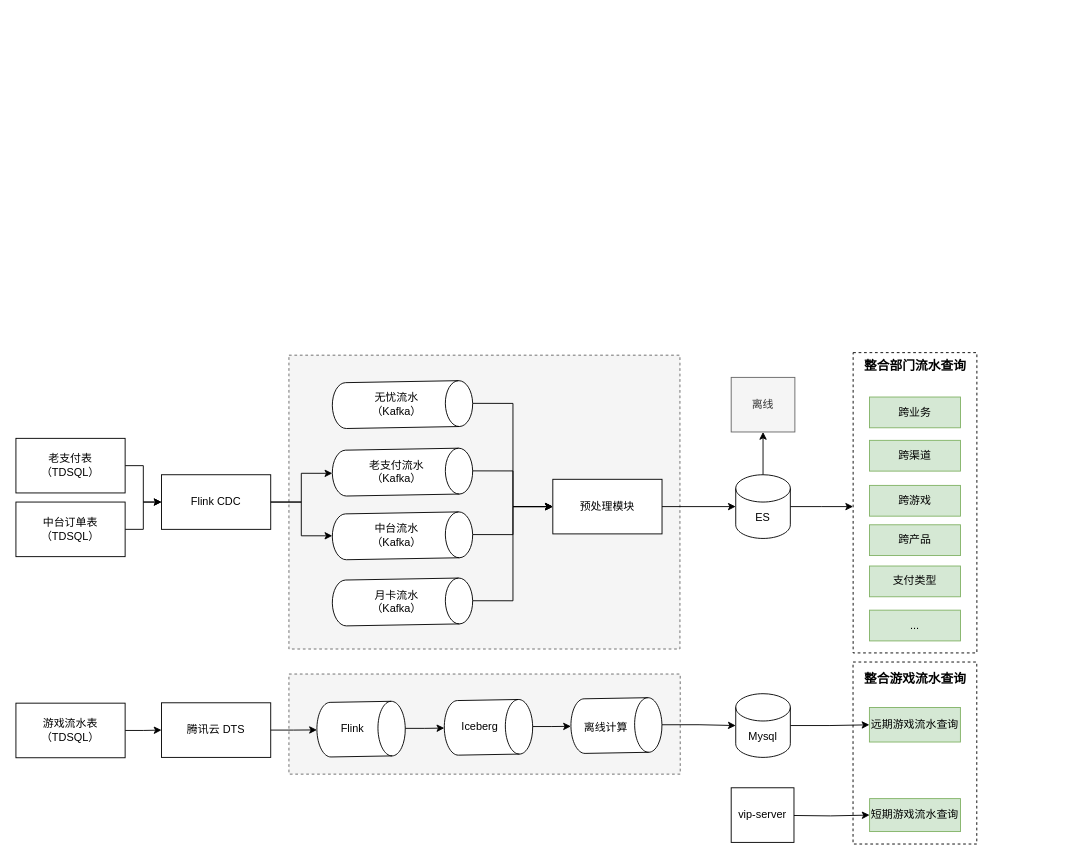
Earlier version of the draw.io diagram 2023H2.drawio (axtrur/resource). Source tidied: cells renumbered, new cells numbered last; positions are measured from the earlier drawing's top-left corner, leaving out a move shared by most shapes. Both pictures are drawn from the tidied source at 91%, with x=0, y=0 at pixel (15, 334).
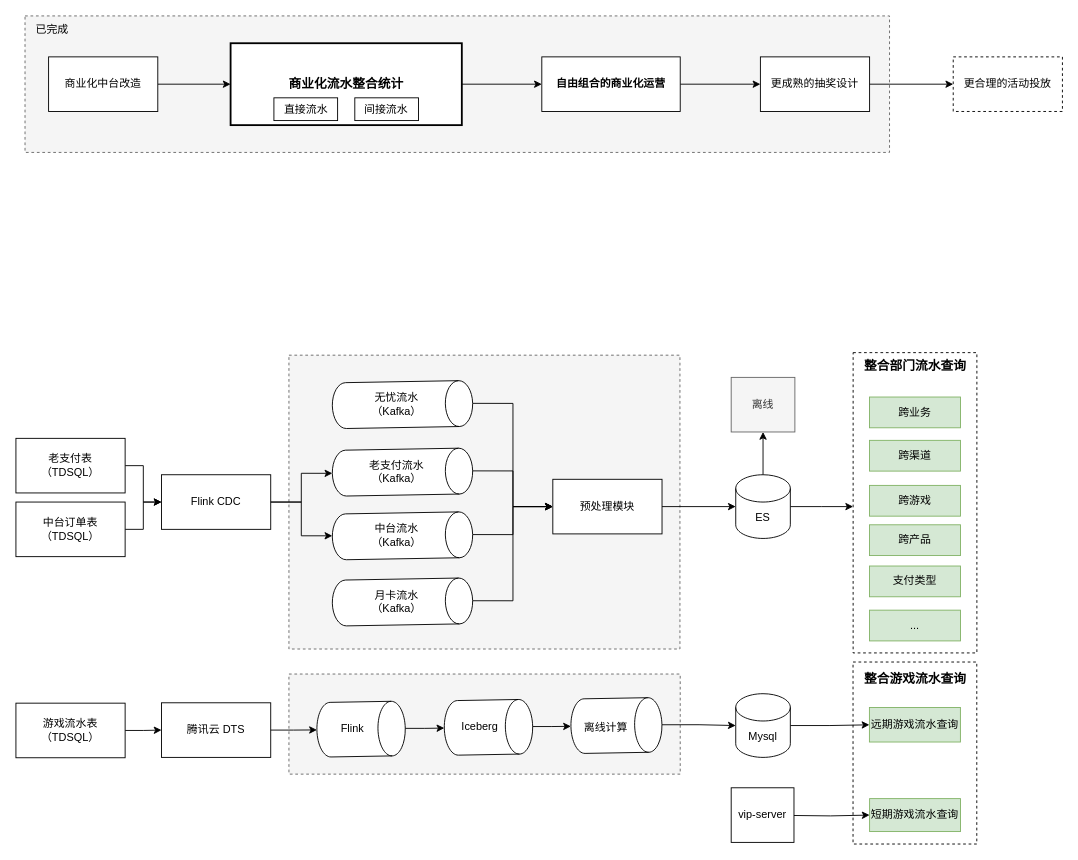
The same page after the edit.

Diff of the diagram source:
```diff
@@
+    <mxCell id="58" style="rounded=0;whiteSpace=wrap;html=1;dashed=1;fillColor=#f5f5f5;fontColor=#333333;strokeColor=#666666;" parent="1" vertex="1">
+      <mxGeometry x="10" y="-350" width="950" height="150" as="geometry" />
+    </mxCell>
@@
+    <mxCell id="59" style="edgeStyle=orthogonalEdgeStyle;rounded=0;jettySize=auto;html=1;exitX=1;exitY=0.5;exitDx=0;exitDy=0;" parent="1" edge="1" source="60" target="64">
+      <mxGeometry relative="1" as="geometry" />
+    </mxCell>
+    <mxCell id="60" value="&lt;font style=&quot;font-size: 14px;&quot;&gt;&lt;b&gt;商业化流水整合统计&lt;/b&gt;&lt;/font&gt;" style="rounded=0;whiteSpace=wrap;html=1;strokeWidth=2;" parent="1" vertex="1">
+      <mxGeometry x="235.9" y="-320" width="254.1" height="90" as="geometry" />
+    </mxCell>
+    <mxCell id="61" style="edgeStyle=orthogonalEdgeStyle;rounded=0;jettySize=auto;html=1;exitX=1;exitY=0.5;exitDx=0;exitDy=0;entryX=0;entryY=0.5;entryDx=0;entryDy=0;" parent="1" edge="1" source="62" target="60">
+      <mxGeometry relative="1" as="geometry" />
+    </mxCell>
+    <mxCell id="62" value="商业化中台改造" style="rounded=0;whiteSpace=wrap;html=1;" parent="1" vertex="1">
+      <mxGeometry x="35.9" y="-305" width="120" height="60" as="geometry" />
+    </mxCell>
+    <mxCell id="63" style="edgeStyle=orthogonalEdgeStyle;rounded=0;jettySize=auto;html=1;exitX=1;exitY=0.5;exitDx=0;exitDy=0;" parent="1" edge="1" source="64" target="66">
+      <mxGeometry relative="1" as="geometry" />
+    </mxCell>
+    <mxCell id="64" value="&lt;b&gt;自由组合的商业化运营&lt;/b&gt;" style="rounded=0;whiteSpace=wrap;html=1;strokeWidth=1;" parent="1" vertex="1">
+      <mxGeometry x="577.9" y="-305" width="152.1" height="60" as="geometry" />
+    </mxCell>
+    <mxCell id="65" style="edgeStyle=orthogonalEdgeStyle;rounded=0;jettySize=auto;html=1;exitX=1;exitY=0.5;exitDx=0;exitDy=0;" parent="1" edge="1" source="66" target="69">
+      <mxGeometry relative="1" as="geometry" />
+    </mxCell>
+    <mxCell id="66" value="更成熟的抽奖设计" style="rounded=0;whiteSpace=wrap;html=1;" parent="1" vertex="1">
+      <mxGeometry x="818.1" y="-305" width="120" height="60" as="geometry" />
+    </mxCell>
+    <mxCell id="67" value="间接流水" style="rounded=0;whiteSpace=wrap;html=1;" parent="1" vertex="1">
+      <mxGeometry x="372.4" y="-260" width="70" height="25" as="geometry" />
+    </mxCell>
+    <mxCell id="68" value="直接流水" style="rounded=0;whiteSpace=wrap;html=1;" parent="1" vertex="1">
+      <mxGeometry x="283.5" y="-260" width="70" height="25" as="geometry" />
+    </mxCell>
+    <mxCell id="69" value="更合理的活动投放" style="rounded=0;whiteSpace=wrap;html=1;dashed=1;" parent="1" vertex="1">
+      <mxGeometry x="1030" y="-305" width="120" height="60" as="geometry" />
+    </mxCell>
+    <mxCell id="70" value="已完成" style="text;html=1;strokeColor=none;fillColor=none;align=center;verticalAlign=middle;whiteSpace=wrap;rounded=0;" parent="1" vertex="1">
+      <mxGeometry x="10" y="-350" width="60" height="30" as="geometry" />
+    </mxCell>
```
